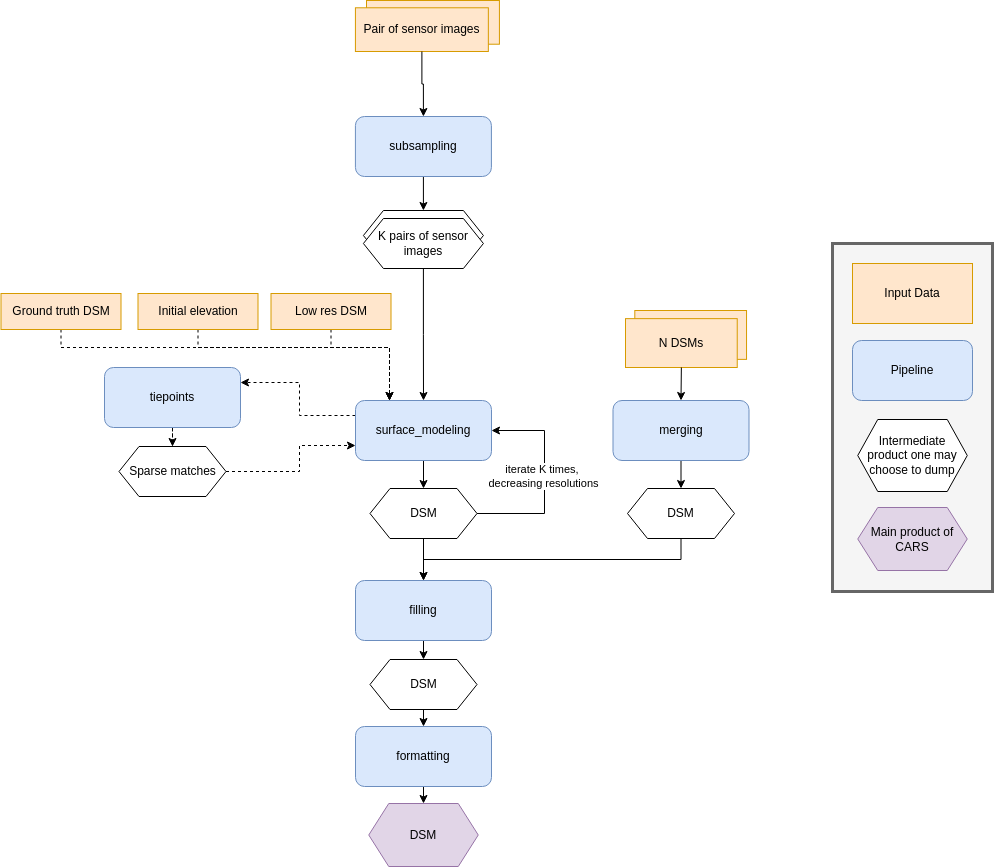
Earlier version of the draw.io export docs/source/images/meta_pipeline_simplified.png (CNES/cars). Source tidied: cells renumbered, new cells last; positions are measured from the earlier drawing's top-left corner, leaving out a move shared by most shapes. Source of this version:
```xml
<mxGraphModel>
  <root>
    <mxCell id="0" />
    <mxCell id="1" parent="0" />
    <mxCell id="2" style="rounded=0;whiteSpace=wrap;html=1;fontSize=13;fillColor=#f5f5f5;fontColor=#333333;strokeColor=#666666;strokeWidth=3;" parent="1" vertex="1">
      <mxGeometry x="1124" y="243" width="160" height="348" as="geometry" />
    </mxCell>
    <mxCell id="3" style="edgeStyle=orthogonalEdgeStyle;rounded=0;orthogonalLoop=1;jettySize=auto;html=1;exitX=0;exitY=0.5;exitDx=0;exitDy=0;entryX=1;entryY=0.5;entryDx=0;entryDy=0;" parent="1" edge="1">
      <mxGeometry relative="1" as="geometry">
        <mxPoint y="616" as="sourcePoint" />
      </mxGeometry>
    </mxCell>
    <mxCell id="4" value="Input Data" style="rounded=0;whiteSpace=wrap;html=1;fillColor=#ffe6cc;strokeColor=#d79b00;" parent="1" vertex="1">
      <mxGeometry x="1144" y="263" width="120" height="60" as="geometry" />
    </mxCell>
    <mxCell id="5" value="Pipeline" style="rounded=1;whiteSpace=wrap;html=1;fillColor=#dae8fc;strokeColor=#6c8ebf;" parent="1" vertex="1">
      <mxGeometry x="1144" y="340" width="120" height="60" as="geometry" />
    </mxCell>
    <mxCell id="6" style="group;" parent="1" vertex="1">
      <mxGeometry x="646.9" width="144" height="51" as="geometry" />
    </mxCell>
    <mxCell id="7" value="Sensor Images.tif" style="rounded=0;whiteSpace=wrap;html=1;fillColor=#ffe6cc;strokeColor=#d79b00;" parent="6" vertex="1">
      <mxGeometry x="11.1" width="132.9" height="43.7" as="geometry" />
    </mxCell>
    <mxCell id="8" value="Pair of sensor images" style="rounded=0;whiteSpace=wrap;html=1;fillColor=#ffe6cc;strokeColor=#d79b00;" parent="6" vertex="1">
      <mxGeometry y="7.3" width="132.9" height="43.7" as="geometry" />
    </mxCell>
    <mxCell id="9" style="edgeStyle=orthogonalEdgeStyle;rounded=0;jettySize=auto;html=1;exitX=0.5;exitY=1;exitDx=0;exitDy=0;entryX=0.5;entryY=0;entryDx=0;entryDy=0;" parent="1" edge="1" source="10" target="12">
      <mxGeometry relative="1" as="geometry" />
    </mxCell>
    <mxCell id="10" value="subsampling" style="rounded=1;whiteSpace=wrap;html=1;fillColor=#dae8fc;strokeColor=#6c8ebf;align=center;" parent="1" vertex="1">
      <mxGeometry x="646.9" y="116" width="136" height="60" as="geometry" />
    </mxCell>
    <mxCell id="11" style="group;" parent="1" vertex="1">
      <mxGeometry x="654.9" y="210" width="120" height="58" as="geometry" />
    </mxCell>
    <mxCell id="12" style="shape=hexagon;perimeter=hexagonPerimeter2;whiteSpace=wrap;html=1;fixedSize=1;" parent="11" vertex="1">
      <mxGeometry width="120" height="50" as="geometry" />
    </mxCell>
    <mxCell id="13" value="K pairs of sensor images" style="shape=hexagon;perimeter=hexagonPerimeter2;whiteSpace=wrap;html=1;fixedSize=1;" parent="11" vertex="1">
      <mxGeometry y="8" width="120" height="50" as="geometry" />
    </mxCell>
    <mxCell id="14" style="edgeStyle=orthogonalEdgeStyle;rounded=0;jettySize=auto;html=1;exitX=0.5;exitY=1;exitDx=0;exitDy=0;entryX=0.25;entryY=0;entryDx=0;entryDy=0;dashed=1;" parent="1" edge="1" source="15" target="24">
      <mxGeometry relative="1" as="geometry">
        <Array as="points">
          <mxPoint x="490" y="347" />
          <mxPoint x="681" y="347" />
        </Array>
      </mxGeometry>
    </mxCell>
    <mxCell id="15" value="Initial elevation" style="rounded=0;whiteSpace=wrap;html=1;fillColor=#ffe6cc;strokeColor=#d79b00;" parent="1" vertex="1">
      <mxGeometry x="429.5" y="293" width="120" height="36" as="geometry" />
    </mxCell>
    <mxCell id="16" value="Main product of CARS" style="shape=hexagon;perimeter=hexagonPerimeter2;whiteSpace=wrap;html=1;fixedSize=1;fillColor=#e1d5e7;strokeColor=#9673a6;" parent="1" vertex="1">
      <mxGeometry x="1149.2" y="507" width="109.5" height="63" as="geometry" />
    </mxCell>
    <mxCell id="17" value="Intermediate product one may choose to dump" style="shape=hexagon;perimeter=hexagonPerimeter2;whiteSpace=wrap;html=1;fixedSize=1;" parent="1" vertex="1">
      <mxGeometry x="1149.2" y="419" width="109.5" height="72" as="geometry" />
    </mxCell>
    <mxCell id="18" style="edgeStyle=orthogonalEdgeStyle;rounded=0;jettySize=auto;html=1;exitX=0.5;exitY=1;exitDx=0;exitDy=0;entryX=0.25;entryY=0;entryDx=0;entryDy=0;dashed=1;" parent="1" edge="1" source="19" target="24">
      <mxGeometry relative="1" as="geometry">
        <Array as="points">
          <mxPoint x="622" y="347" />
          <mxPoint x="681" y="347" />
        </Array>
      </mxGeometry>
    </mxCell>
    <mxCell id="19" value="Low res DSM" style="rounded=0;whiteSpace=wrap;html=1;fillColor=#ffe6cc;strokeColor=#d79b00;" parent="1" vertex="1">
      <mxGeometry x="562.5" y="293" width="120" height="36" as="geometry" />
    </mxCell>
    <mxCell id="20" style="edgeStyle=orthogonalEdgeStyle;rounded=0;jettySize=auto;html=1;exitX=0.5;exitY=1;exitDx=0;exitDy=0;entryX=0.25;entryY=0;entryDx=0;entryDy=0;dashed=1;" parent="1" edge="1" source="21" target="24">
      <mxGeometry relative="1" as="geometry">
        <Array as="points">
          <mxPoint x="352" y="347" />
          <mxPoint x="681" y="347" />
        </Array>
      </mxGeometry>
    </mxCell>
    <mxCell id="21" value="Ground truth DSM" style="rounded=0;whiteSpace=wrap;html=1;fillColor=#ffe6cc;strokeColor=#d79b00;" parent="1" vertex="1">
      <mxGeometry x="292.5" y="293" width="120" height="36" as="geometry" />
    </mxCell>
    <mxCell id="22" style="edgeStyle=orthogonalEdgeStyle;rounded=0;jettySize=auto;html=1;exitX=0;exitY=0.25;exitDx=0;exitDy=0;entryX=1;entryY=0.25;entryDx=0;entryDy=0;dashed=1;" parent="1" edge="1" source="24" target="27">
      <mxGeometry relative="1" as="geometry">
        <Array as="points">
          <mxPoint x="591" y="415" />
          <mxPoint x="591" y="382" />
        </Array>
      </mxGeometry>
    </mxCell>
    <mxCell id="23" style="edgeStyle=orthogonalEdgeStyle;rounded=0;jettySize=auto;html=1;exitX=0.5;exitY=1;exitDx=0;exitDy=0;entryX=0.5;entryY=0;entryDx=0;entryDy=0;" parent="1" edge="1" source="24" target="31">
      <mxGeometry relative="1" as="geometry" />
    </mxCell>
    <mxCell id="24" value="surface_modeling" style="rounded=1;whiteSpace=wrap;html=1;fillColor=#dae8fc;strokeColor=#6c8ebf;align=center;" parent="1" vertex="1">
      <mxGeometry x="647" y="400" width="136" height="60" as="geometry" />
    </mxCell>
    <mxCell id="25" style="edgeStyle=orthogonalEdgeStyle;rounded=0;jettySize=auto;html=1;exitX=0.5;exitY=1;exitDx=0;exitDy=0;entryX=0.5;entryY=0;entryDx=0;entryDy=0;" parent="1" edge="1" source="13" target="24">
      <mxGeometry relative="1" as="geometry" />
    </mxCell>
    <mxCell id="26" style="edgeStyle=orthogonalEdgeStyle;rounded=0;jettySize=auto;html=1;exitX=0.5;exitY=1;exitDx=0;exitDy=0;dashed=1;" parent="1" edge="1" source="27" target="46">
      <mxGeometry relative="1" as="geometry" />
    </mxCell>
    <mxCell id="27" value="tiepoints" style="rounded=1;whiteSpace=wrap;html=1;fillColor=#dae8fc;strokeColor=#6c8ebf;align=center;" parent="1" vertex="1">
      <mxGeometry x="396" y="367" width="136" height="60" as="geometry" />
    </mxCell>
    <mxCell id="28" style="edgeStyle=orthogonalEdgeStyle;rounded=0;jettySize=auto;html=1;exitX=1;exitY=0.5;exitDx=0;exitDy=0;entryX=1;entryY=0.5;entryDx=0;entryDy=0;" parent="1" edge="1" source="31" target="24">
      <mxGeometry relative="1" as="geometry">
        <Array as="points">
          <mxPoint x="836" y="513" />
          <mxPoint x="836" y="430" />
        </Array>
      </mxGeometry>
    </mxCell>
    <mxCell id="29" value="&lt;div&gt;iterate K times,&amp;nbsp;&lt;/div&gt;&lt;div&gt;decreasing resolutions&lt;/div&gt;" style="edgeLabel;html=1;align=center;verticalAlign=middle;" parent="28" vertex="1">
      <mxGeometry x="0.09" y="2" relative="1" as="geometry">
        <mxPoint y="6" as="offset" />
      </mxGeometry>
    </mxCell>
    <mxCell id="30" style="edgeStyle=orthogonalEdgeStyle;rounded=0;jettySize=auto;html=1;exitX=0.5;exitY=1;exitDx=0;exitDy=0;entryX=0.5;entryY=0;entryDx=0;entryDy=0;" parent="1" edge="1" source="31" target="33">
      <mxGeometry relative="1" as="geometry" />
    </mxCell>
    <mxCell id="31" value="DSM" style="shape=hexagon;perimeter=hexagonPerimeter2;whiteSpace=wrap;html=1;fixedSize=1;" parent="1" vertex="1">
      <mxGeometry x="661.5" y="488" width="107" height="50" as="geometry" />
    </mxCell>
    <mxCell id="32" style="edgeStyle=orthogonalEdgeStyle;rounded=0;jettySize=auto;html=1;exitX=0.5;exitY=1;exitDx=0;exitDy=0;entryX=0.5;entryY=0;entryDx=0;entryDy=0;" parent="1" edge="1" source="33" target="39">
      <mxGeometry relative="1" as="geometry" />
    </mxCell>
    <mxCell id="33" value="filling" style="rounded=1;whiteSpace=wrap;html=1;fillColor=#dae8fc;strokeColor=#6c8ebf;align=center;" parent="1" vertex="1">
      <mxGeometry x="647" y="580" width="136" height="60" as="geometry" />
    </mxCell>
    <mxCell id="34" style="edgeStyle=orthogonalEdgeStyle;rounded=0;jettySize=auto;html=1;exitX=0.5;exitY=1;exitDx=0;exitDy=0;entryX=0.5;entryY=0;entryDx=0;entryDy=0;" parent="1" edge="1" source="35" target="41">
      <mxGeometry relative="1" as="geometry" />
    </mxCell>
    <mxCell id="35" value="merging" style="rounded=1;whiteSpace=wrap;html=1;fillColor=#dae8fc;strokeColor=#6c8ebf;align=center;" parent="1" vertex="1">
      <mxGeometry x="904.5" y="400" width="136" height="60" as="geometry" />
    </mxCell>
    <mxCell id="36" style="edgeStyle=orthogonalEdgeStyle;rounded=0;jettySize=auto;html=1;exitX=0.5;exitY=1;exitDx=0;exitDy=0;entryX=0.5;entryY=0;entryDx=0;entryDy=0;" parent="1" edge="1" source="37" target="47">
      <mxGeometry relative="1" as="geometry" />
    </mxCell>
    <mxCell id="37" value="formatting" style="rounded=1;whiteSpace=wrap;html=1;fillColor=#dae8fc;strokeColor=#6c8ebf;align=center;" parent="1" vertex="1">
      <mxGeometry x="647" y="726" width="136" height="60" as="geometry" />
    </mxCell>
    <mxCell id="38" style="edgeStyle=orthogonalEdgeStyle;rounded=0;jettySize=auto;html=1;exitX=0.5;exitY=1;exitDx=0;exitDy=0;entryX=0.5;entryY=0;entryDx=0;entryDy=0;" parent="1" edge="1" source="39" target="37">
      <mxGeometry relative="1" as="geometry" />
    </mxCell>
    <mxCell id="39" value="DSM" style="shape=hexagon;perimeter=hexagonPerimeter2;whiteSpace=wrap;html=1;fixedSize=1;" parent="1" vertex="1">
      <mxGeometry x="661.5" y="659" width="107" height="50" as="geometry" />
    </mxCell>
    <mxCell id="40" style="edgeStyle=orthogonalEdgeStyle;rounded=0;jettySize=auto;html=1;exitX=0.5;exitY=1;exitDx=0;exitDy=0;entryX=0.5;entryY=0;entryDx=0;entryDy=0;" parent="1" edge="1" source="41" target="33">
      <mxGeometry relative="1" as="geometry" />
    </mxCell>
    <mxCell id="41" value="DSM" style="shape=hexagon;perimeter=hexagonPerimeter2;whiteSpace=wrap;html=1;fixedSize=1;" parent="1" vertex="1">
      <mxGeometry x="919" y="488" width="107" height="50" as="geometry" />
    </mxCell>
    <mxCell id="42" style="group;" parent="1" vertex="1">
      <mxGeometry x="917" y="310" width="122" height="57" as="geometry" />
    </mxCell>
    <mxCell id="43" value="Sensor Images.tif" style="rounded=0;whiteSpace=wrap;html=1;fillColor=#ffe6cc;strokeColor=#d79b00;" parent="42" vertex="1">
      <mxGeometry x="9.3" width="111.7" height="48.9" as="geometry" />
    </mxCell>
    <mxCell id="44" value="N DSMs" style="rounded=0;whiteSpace=wrap;html=1;fillColor=#ffe6cc;strokeColor=#d79b00;" parent="42" vertex="1">
      <mxGeometry y="8.1" width="111.7" height="48.9" as="geometry" />
    </mxCell>
    <mxCell id="45" style="edgeStyle=orthogonalEdgeStyle;rounded=0;jettySize=auto;html=1;exitX=1;exitY=0.5;exitDx=0;exitDy=0;entryX=0;entryY=0.75;entryDx=0;entryDy=0;dashed=1;" parent="1" edge="1" source="46" target="24">
      <mxGeometry relative="1" as="geometry">
        <Array as="points">
          <mxPoint x="591" y="471" />
          <mxPoint x="591" y="445" />
        </Array>
      </mxGeometry>
    </mxCell>
    <mxCell id="46" value="Sparse matches" style="shape=hexagon;perimeter=hexagonPerimeter2;whiteSpace=wrap;html=1;fixedSize=1;" parent="1" vertex="1">
      <mxGeometry x="410.5" y="446" width="107" height="50" as="geometry" />
    </mxCell>
    <mxCell id="47" value="DSM" style="shape=hexagon;perimeter=hexagonPerimeter2;whiteSpace=wrap;html=1;fixedSize=1;fillColor=#e1d5e7;strokeColor=#9673a6;" parent="1" vertex="1">
      <mxGeometry x="660.2" y="803" width="109.5" height="63" as="geometry" />
    </mxCell>
    <mxCell id="48" style="edgeStyle=orthogonalEdgeStyle;rounded=0;jettySize=auto;html=1;exitX=0.5;exitY=1;exitDx=0;exitDy=0;entryX=0.5;entryY=0;entryDx=0;entryDy=0;" parent="1" edge="1" source="44" target="35">
      <mxGeometry relative="1" as="geometry" />
    </mxCell>
    <mxCell id="49" style="edgeStyle=orthogonalEdgeStyle;rounded=0;jettySize=auto;html=1;entryX=0.5;entryY=0;entryDx=0;entryDy=0;" parent="1" edge="1" source="8" target="10">
      <mxGeometry relative="1" as="geometry" />
    </mxCell>
  </root>
</mxGraphModel>
```
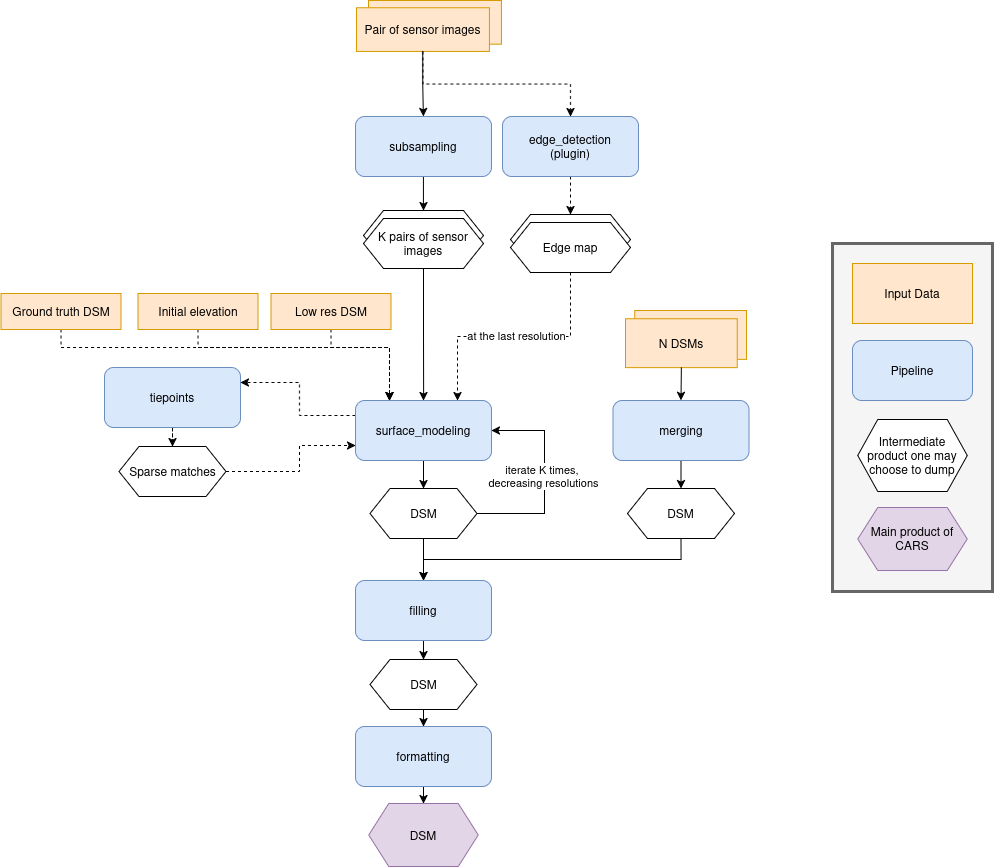
Above is the later version.

Commit message:
docs: added edge detection to pipeline schema

The edit, as a diff of the source:
```diff
@@ -17,10 +17,10 @@
       <mxGeometry x="1144" y="340" width="120" height="60" as="geometry" />
     </mxCell>
     <mxCell id="6" style="group;" parent="1" vertex="1">
-      <mxGeometry x="646.9" width="144" height="51" as="geometry" />
+      <mxGeometry x="647.9" width="144" height="51" as="geometry" />
     </mxCell>
     <mxCell id="7" value="Sensor Images.tif" style="rounded=0;whiteSpace=wrap;html=1;fillColor=#ffe6cc;strokeColor=#d79b00;" parent="6" vertex="1">
-      <mxGeometry x="11.1" width="132.9" height="43.7" as="geometry" />
+      <mxGeometry x="12.1" width="132.9" height="43.7" as="geometry" />
     </mxCell>
     <mxCell id="8" value="Pair of sensor images" style="rounded=0;whiteSpace=wrap;html=1;fillColor=#ffe6cc;strokeColor=#d79b00;" parent="6" vertex="1">
       <mxGeometry y="7.3" width="132.9" height="43.7" as="geometry" />
@@ -180,5 +180,31 @@
     <mxCell id="49" style="edgeStyle=orthogonalEdgeStyle;rounded=0;jettySize=auto;html=1;entryX=0.5;entryY=0;entryDx=0;entryDy=0;" parent="1" edge="1" source="8" target="10">
       <mxGeometry relative="1" as="geometry" />
     </mxCell>
+    <mxCell id="50" style="edgeStyle=orthogonalEdgeStyle;rounded=0;jettySize=auto;html=1;exitX=0.5;exitY=1;exitDx=0;exitDy=0;entryX=0.5;entryY=0;entryDx=0;entryDy=0;dashed=1;" parent="1" edge="1" source="51" target="54">
+      <mxGeometry relative="1" as="geometry" />
+    </mxCell>
+    <mxCell id="51" value="&lt;div&gt;edge_detection&lt;/div&gt;&lt;div&gt;(plugin)&lt;/div&gt;" style="rounded=1;whiteSpace=wrap;html=1;fillColor=#dae8fc;strokeColor=#6c8ebf;align=center;" parent="1" vertex="1">
+      <mxGeometry x="794" y="116" width="136" height="60" as="geometry" />
+    </mxCell>
+    <mxCell id="52" style="edgeStyle=orthogonalEdgeStyle;rounded=0;jettySize=auto;html=1;exitX=0.5;exitY=1;exitDx=0;exitDy=0;entryX=0.5;entryY=0;entryDx=0;entryDy=0;dashed=1;" parent="1" edge="1" source="8" target="51">
+      <mxGeometry relative="1" as="geometry" />
+    </mxCell>
+    <mxCell id="53" style="group;" parent="1" vertex="1">
+      <mxGeometry x="802" y="214" width="120" height="58" as="geometry" />
+    </mxCell>
+    <mxCell id="54" style="shape=hexagon;perimeter=hexagonPerimeter2;whiteSpace=wrap;html=1;fixedSize=1;" parent="53" vertex="1">
+      <mxGeometry width="120" height="50" as="geometry" />
+    </mxCell>
+    <mxCell id="55" value="Edge map" style="shape=hexagon;perimeter=hexagonPerimeter2;whiteSpace=wrap;html=1;fixedSize=1;" parent="53" vertex="1">
+      <mxGeometry y="8" width="120" height="50" as="geometry" />
+    </mxCell>
+    <mxCell id="56" style="edgeStyle=orthogonalEdgeStyle;rounded=0;jettySize=auto;html=1;exitX=0.5;exitY=1;exitDx=0;exitDy=0;entryX=0.75;entryY=0;entryDx=0;entryDy=0;dashed=1;" parent="1" edge="1" source="55" target="24">
+      <mxGeometry relative="1" as="geometry" />
+    </mxCell>
+    <mxCell id="57" value="at the last resolution" style="edgeLabel;html=1;align=center;verticalAlign=middle;" parent="56" vertex="1">
+      <mxGeometry x="0.04" relative="1" as="geometry">
+        <mxPoint x="7" y="-2" as="offset" />
+      </mxGeometry>
+    </mxCell>
   </root>
 </mxGraphModel>
```
